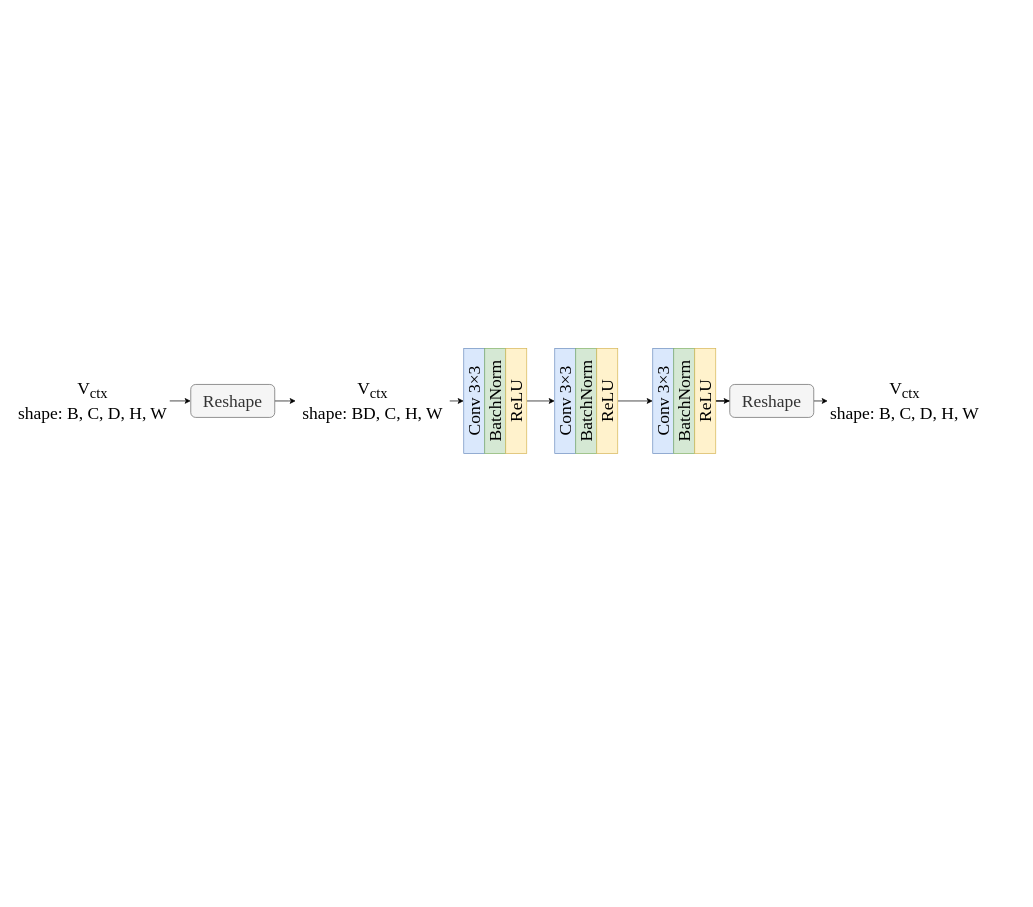
Earlier version of the draw.io diagram nerf_decoder.drawio (wangpinzhi/wangpinzhi.github.io). Source tidied: cells renumbered, new cells numbered last; positions are measured from the earlier drawing's top-left corner, leaving out a move shared by most shapes. Both pictures are drawn from the tidied source at 70%, with x=0, y=0 at pixel (15, 378).
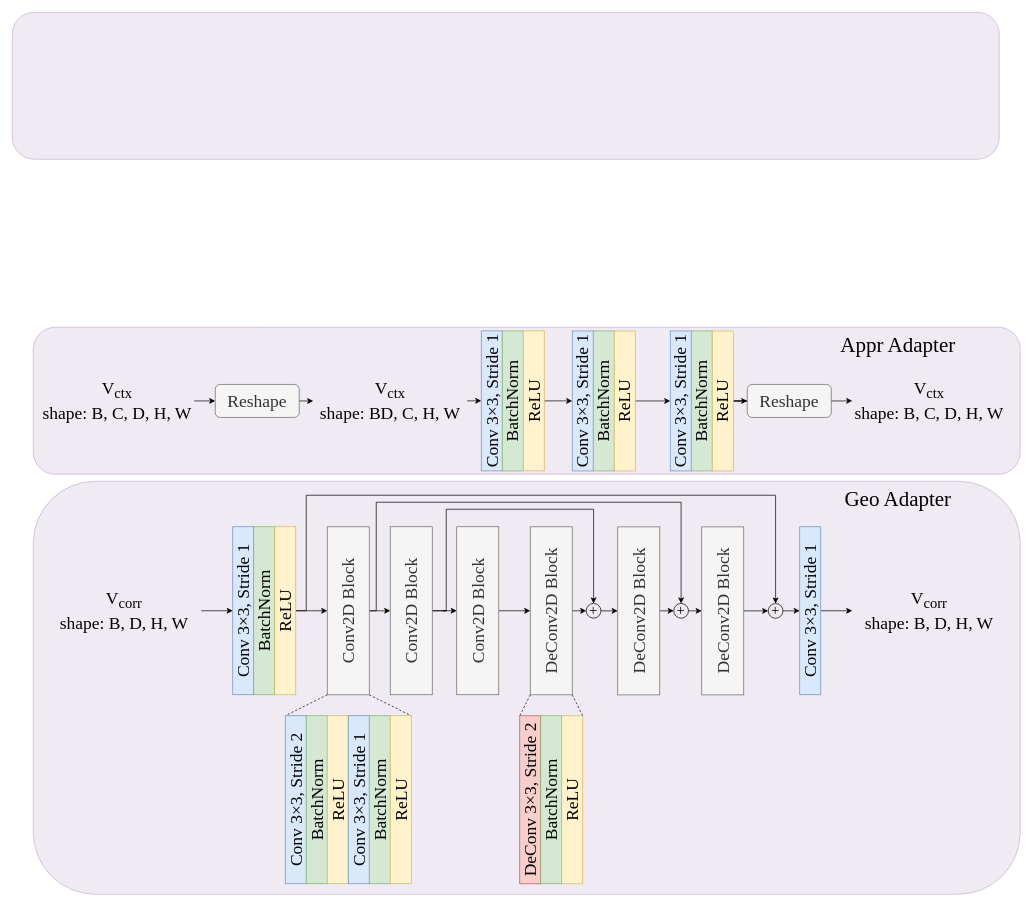
The same diagram, later.

The edit, as a diff of the source:
```diff
@@
+    <mxCell id="23" style="rounded=1;whiteSpace=wrap;html=1;fillColor=#e1d5e7;strokeColor=#9673a6;opacity=50;" parent="1" vertex="1">
+      <mxGeometry x="25" y="147" width="1410" height="590" as="geometry" />
+    </mxCell>
+    <mxCell id="24" style="rounded=1;whiteSpace=wrap;html=1;fillColor=#e1d5e7;strokeColor=#9673a6;opacity=50;" parent="1" vertex="1">
+      <mxGeometry x="25" y="-73" width="1410" height="210" as="geometry" />
+    </mxCell>
-    <mxCell id="2" value="Conv 3×3" style="rounded=0;whiteSpace=wrap;html=1;rotation=-90;fontSize=25;fontFamily=Times New Roman;fillColor=#dae8fc;strokeColor=#6c8ebf;" parent="1" vertex="1">
-      <mxGeometry x="580" y="17.2" width="150" height="30" as="geometry" />
+    <mxCell id="2" value="Conv 3×3, Stride 1" style="rounded=0;whiteSpace=wrap;html=1;rotation=-90;fontSize=25;fontFamily=Times New Roman;fillColor=#dae8fc;strokeColor=#6c8ebf;" parent="1" vertex="1">
+      <mxGeometry x="580" y="17.2" width="200" height="30" as="geometry" />
     </mxCell>
@@
     <mxCell id="4" value="V&lt;sub&gt;ctx&lt;/sub&gt;&lt;div&gt;shape: B, C, D, H, W&lt;/div&gt;" style="text;html=1;align=center;verticalAlign=middle;whiteSpace=wrap;rounded=0;fontFamily=Times New Roman;fontSize=25;" parent="1" vertex="1">
-      <mxGeometry y="-0.4" width="220" height="65.3" as="geometry" />
+      <mxGeometry x="35" y="-0.4" width="220" height="65.3" as="geometry" />
     </mxCell>
@@
     <mxCell id="6" value="Reshape" style="rounded=1;whiteSpace=wrap;html=1;fontFamily=Times New Roman;fontSize=25;fillColor=#f5f5f5;fontColor=#333333;strokeColor=#666666;" parent="1" vertex="1">
-      <mxGeometry x="250" y="8.7" width="120" height="47.1" as="geometry" />
+      <mxGeometry x="285" y="8.7" width="120" height="47.1" as="geometry" />
     </mxCell>
@@
     <mxCell id="8" value="V&lt;sub&gt;ctx&lt;/sub&gt;&lt;div&gt;shape: BD, C, H, W&lt;/div&gt;" style="text;html=1;align=center;verticalAlign=middle;whiteSpace=wrap;rounded=0;fontFamily=Times New Roman;fontSize=25;" parent="1" vertex="1">
-      <mxGeometry x="400" y="-0.4" width="220" height="65.3" as="geometry" />
+      <mxGeometry x="425" y="-0.6" width="220" height="65.3" as="geometry" />
     </mxCell>
     <mxCell id="9" value="BatchNorm" style="rounded=0;whiteSpace=wrap;html=1;rotation=-90;fontSize=25;fontFamily=Times New Roman;fillColor=#d5e8d4;strokeColor=#82b366;" parent="1" vertex="1">
-      <mxGeometry x="610" y="17.3" width="150" height="30" as="geometry" />
+      <mxGeometry x="610" y="17.3" width="200" height="30" as="geometry" />
     </mxCell>
@@
     <mxCell id="11" value="ReLU" style="rounded=0;whiteSpace=wrap;html=1;rotation=-90;fontSize=25;fontFamily=Times New Roman;fillColor=#fff2cc;strokeColor=#d6b656;" parent="1" vertex="1">
-      <mxGeometry x="640" y="17.3" width="150" height="30" as="geometry" />
+      <mxGeometry x="640" y="17.2" width="200" height="30" as="geometry" />
     </mxCell>
-    <mxCell id="12" value="Conv 3×3" style="rounded=0;whiteSpace=wrap;html=1;rotation=-90;fontSize=25;fontFamily=Times New Roman;fillColor=#dae8fc;strokeColor=#6c8ebf;" parent="1" vertex="1">
-      <mxGeometry x="710" y="17.3" width="150" height="30" as="geometry" />
+    <mxCell id="12" value="Conv 3×3, Stride 1" style="rounded=0;whiteSpace=wrap;html=1;rotation=-90;fontSize=25;fontFamily=Times New Roman;fillColor=#dae8fc;strokeColor=#6c8ebf;" parent="1" vertex="1">
+      <mxGeometry x="710" y="17.3" width="200" height="30" as="geometry" />
     </mxCell>
     <mxCell id="13" value="BatchNorm" style="rounded=0;whiteSpace=wrap;html=1;rotation=-90;fontSize=25;fontFamily=Times New Roman;fillColor=#d5e8d4;strokeColor=#82b366;" parent="1" vertex="1">
-      <mxGeometry x="740" y="17.3" width="150" height="30" as="geometry" />
+      <mxGeometry x="740" y="17.3" width="200" height="30" as="geometry" />
     </mxCell>
@@
     <mxCell id="15" value="ReLU" style="rounded=0;whiteSpace=wrap;html=1;rotation=-90;fontSize=25;fontFamily=Times New Roman;fillColor=#fff2cc;strokeColor=#d6b656;" parent="1" vertex="1">
-      <mxGeometry x="770" y="17.3" width="150" height="30" as="geometry" />
+      <mxGeometry x="770" y="17.3" width="200" height="30" as="geometry" />
     </mxCell>
-    <mxCell id="16" value="Conv 3×3" style="rounded=0;whiteSpace=wrap;html=1;rotation=-90;fontSize=25;fontFamily=Times New Roman;fillColor=#dae8fc;strokeColor=#6c8ebf;" parent="1" vertex="1">
-      <mxGeometry x="850" y="17.3" width="150" height="30" as="geometry" />
+    <mxCell id="16" value="Conv 3×3, Stride 1" style="rounded=0;whiteSpace=wrap;html=1;rotation=-90;fontSize=25;fontFamily=Times New Roman;fillColor=#dae8fc;strokeColor=#6c8ebf;" parent="1" vertex="1">
+      <mxGeometry x="850" y="17.3" width="200" height="30" as="geometry" />
     </mxCell>
     <mxCell id="17" value="BatchNorm" style="rounded=0;whiteSpace=wrap;html=1;rotation=-90;fontSize=25;fontFamily=Times New Roman;fillColor=#d5e8d4;strokeColor=#82b366;" parent="1" vertex="1">
-      <mxGeometry x="880" y="17.3" width="150" height="30" as="geometry" />
+      <mxGeometry x="880" y="17.3" width="200" height="30" as="geometry" />
     </mxCell>
@@
     <mxCell id="19" value="ReLU" style="rounded=0;whiteSpace=wrap;html=1;rotation=-90;fontSize=25;fontFamily=Times New Roman;fillColor=#fff2cc;strokeColor=#d6b656;" parent="1" vertex="1">
-      <mxGeometry x="910" y="17.3" width="150" height="30" as="geometry" />
+      <mxGeometry x="910" y="17.3" width="200" height="30" as="geometry" />
     </mxCell>
@@
     <mxCell id="21" value="Reshape" style="rounded=1;whiteSpace=wrap;html=1;fontFamily=Times New Roman;fontSize=25;fillColor=#f5f5f5;fontColor=#333333;strokeColor=#666666;" parent="1" vertex="1">
-      <mxGeometry x="1020" y="8.7" width="120" height="47.1" as="geometry" />
+      <mxGeometry x="1045" y="8.7" width="120" height="47.1" as="geometry" />
     </mxCell>
     <mxCell id="22" value="V&lt;sub&gt;ctx&lt;/sub&gt;&lt;div&gt;shape: B, C, D, H, W&lt;/div&gt;" style="text;html=1;align=center;verticalAlign=middle;whiteSpace=wrap;rounded=0;fontFamily=Times New Roman;fontSize=25;" parent="1" vertex="1">
-      <mxGeometry x="1160" y="-0.3" width="220" height="65.3" as="geometry" />
+      <mxGeometry x="1195" y="-0.6" width="220" height="65.3" as="geometry" />
     </mxCell>
+    <mxCell id="25" value="&lt;font&gt;Appr Adapter&lt;/font&gt;" style="text;html=1;align=center;verticalAlign=middle;strokeColor=none;fillColor=none;fontSize=30;fontFamily=Times New Roman;" parent="1" vertex="1">
+      <mxGeometry x="1165" y="-73" width="190" height="50" as="geometry" />
+    </mxCell>
+    <mxCell id="26" style="rounded=1;whiteSpace=wrap;html=1;fillColor=#e1d5e7;strokeColor=#9673a6;opacity=50;" parent="1" vertex="1">
+      <mxGeometry x="-5" y="-523" width="1410" height="210" as="geometry" />
+    </mxCell>
+    <mxCell id="27" value="Conv 3×3, Stride 1" style="rounded=0;whiteSpace=wrap;html=1;rotation=-90;fontSize=25;fontFamily=Times New Roman;fillColor=#dae8fc;strokeColor=#6c8ebf;" parent="1" vertex="1">
+      <mxGeometry x="205" y="317" width="240" height="30" as="geometry" />
+    </mxCell>
+    <mxCell id="28" value="BatchNorm" style="rounded=0;whiteSpace=wrap;html=1;rotation=-90;fontSize=25;fontFamily=Times New Roman;fillColor=#d5e8d4;strokeColor=#82b366;" parent="1" vertex="1">
+      <mxGeometry x="235" y="317" width="240" height="30" as="geometry" />
+    </mxCell>
+    <mxCell id="29" style="edgeStyle=orthogonalEdgeStyle;rounded=0;jettySize=auto;html=1;exitX=0.5;exitY=1;exitDx=0;exitDy=0;entryX=0.5;entryY=0;entryDx=0;entryDy=0;" parent="1" edge="1" source="31" target="36">
+      <mxGeometry relative="1" as="geometry" />
+    </mxCell>
+    <mxCell id="30" style="edgeStyle=orthogonalEdgeStyle;shape=connector;rounded=0;jettySize=auto;html=1;exitX=0.5;exitY=1;exitDx=0;exitDy=0;entryX=0.5;entryY=0;entryDx=0;entryDy=0;strokeColor=default;align=center;verticalAlign=middle;fontFamily=Helvetica;fontSize=11;fontColor=default;labelBackgroundColor=default;startFill=0;endArrow=classic;endFill=1;" parent="1" edge="1" source="31" target="66">
+      <mxGeometry relative="1" as="geometry">
+        <Array as="points">
+          <mxPoint x="415" y="332" />
+          <mxPoint x="415" y="167" />
+          <mxPoint x="1086" y="167" />
+        </Array>
+      </mxGeometry>
+    </mxCell>
+    <mxCell id="31" value="ReLU" style="rounded=0;whiteSpace=wrap;html=1;rotation=-90;fontSize=25;fontFamily=Times New Roman;fillColor=#fff2cc;strokeColor=#d6b656;" parent="1" vertex="1">
+      <mxGeometry x="265" y="317" width="240" height="30" as="geometry" />
+    </mxCell>
+    <mxCell id="32" style="edgeStyle=orthogonalEdgeStyle;rounded=0;jettySize=auto;html=1;" parent="1" edge="1" source="36" target="52">
+      <mxGeometry relative="1" as="geometry" />
+    </mxCell>
+    <mxCell id="33" style="rounded=0;jettySize=auto;html=1;exitX=0;exitY=0;exitDx=0;exitDy=0;entryX=1;entryY=0;entryDx=0;entryDy=0;endArrow=none;startFill=0;dashed=1;" parent="1" edge="1" source="36" target="44">
+      <mxGeometry relative="1" as="geometry" />
+    </mxCell>
+    <mxCell id="34" style="edgeStyle=none;shape=connector;rounded=0;jettySize=auto;html=1;exitX=0;exitY=1;exitDx=0;exitDy=0;entryX=1;entryY=1;entryDx=0;entryDy=0;dashed=1;strokeColor=default;align=center;verticalAlign=middle;fontFamily=Helvetica;fontSize=11;fontColor=default;labelBackgroundColor=default;startFill=0;endArrow=none;" parent="1" edge="1" source="36" target="49">
+      <mxGeometry relative="1" as="geometry" />
+    </mxCell>
+    <mxCell id="35" style="edgeStyle=orthogonalEdgeStyle;shape=connector;rounded=0;jettySize=auto;html=1;exitX=0.5;exitY=1;exitDx=0;exitDy=0;entryX=0.5;entryY=0;entryDx=0;entryDy=0;strokeColor=default;align=center;verticalAlign=middle;fontFamily=Helvetica;fontSize=11;fontColor=default;labelBackgroundColor=default;startFill=0;endArrow=classic;endFill=1;" parent="1" edge="1" source="36" target="64">
+      <mxGeometry relative="1" as="geometry">
+        <Array as="points">
+          <mxPoint x="515" y="332" />
+          <mxPoint x="515" y="177" />
+          <mxPoint x="951" y="177" />
+        </Array>
+      </mxGeometry>
+    </mxCell>
+    <mxCell id="36" value="Conv2D Block" style="rounded=0;whiteSpace=wrap;html=1;rotation=-90;fontSize=25;fontFamily=Times New Roman;fillColor=#f5f5f5;strokeColor=#666666;fontColor=#333333;" parent="1" vertex="1">
+      <mxGeometry x="355" y="302.1" width="240" height="60" as="geometry" />
+    </mxCell>
+    <mxCell id="37" style="edgeStyle=orthogonalEdgeStyle;rounded=0;jettySize=auto;html=1;entryX=0.5;entryY=0;entryDx=0;entryDy=0;" parent="1" edge="1" source="38" target="27">
+      <mxGeometry relative="1" as="geometry" />
+    </mxCell>
+    <mxCell id="38" value="V&lt;sub&gt;corr&lt;/sub&gt;&lt;div&gt;shape: B, D, H, W&lt;/div&gt;" style="text;html=1;align=center;verticalAlign=middle;whiteSpace=wrap;rounded=0;fontFamily=Times New Roman;fontSize=25;" parent="1" vertex="1">
+      <mxGeometry x="45" y="299.4" width="220" height="65.3" as="geometry" />
+    </mxCell>
+    <mxCell id="39" value="DeConv 3×3, Stride 2" style="rounded=0;whiteSpace=wrap;html=1;rotation=-90;fontSize=25;fontFamily=Times New Roman;fillColor=#f8cecc;strokeColor=#b85450;" parent="1" vertex="1">
+      <mxGeometry x="615" y="587.1" width="240" height="30" as="geometry" />
+    </mxCell>
+    <mxCell id="40" value="BatchNorm" style="rounded=0;whiteSpace=wrap;html=1;rotation=-90;fontSize=25;fontFamily=Times New Roman;fillColor=#d5e8d4;strokeColor=#82b366;" parent="1" vertex="1">
+      <mxGeometry x="645" y="587" width="240" height="30" as="geometry" />
+    </mxCell>
+    <mxCell id="41" value="ReLU" style="rounded=0;whiteSpace=wrap;html=1;rotation=-90;fontSize=25;fontFamily=Times New Roman;fillColor=#fff2cc;strokeColor=#d6b656;" parent="1" vertex="1">
+      <mxGeometry x="675" y="587.1" width="240" height="30" as="geometry" />
+    </mxCell>
+    <mxCell id="42" style="edgeStyle=none;shape=connector;rounded=0;jettySize=auto;html=1;entryX=0.5;entryY=0;entryDx=0;entryDy=0;strokeColor=default;align=center;verticalAlign=middle;fontFamily=Helvetica;fontSize=11;fontColor=default;labelBackgroundColor=default;startFill=0;endArrow=classic;endFill=1;" parent="1" edge="1" source="43" target="60">
+      <mxGeometry relative="1" as="geometry" />
+    </mxCell>
+    <mxCell id="43" value="+" style="ellipse;whiteSpace=wrap;html=1;rounded=0;strokeColor=default;align=center;verticalAlign=middle;fontFamily=Times New Roman;fontSize=21;fontColor=default;fillColor=none;gradientColor=none;fontStyle=0;" parent="1" vertex="1">
+      <mxGeometry x="815" y="321.6" width="21" height="21" as="geometry" />
+    </mxCell>
+    <mxCell id="44" value="Conv 3×3, Stride 2" style="rounded=0;whiteSpace=wrap;html=1;rotation=-90;fontSize=25;fontFamily=Times New Roman;fillColor=#dae8fc;strokeColor=#6c8ebf;" parent="1" vertex="1">
+      <mxGeometry x="280" y="587" width="240" height="30" as="geometry" />
+    </mxCell>
+    <mxCell id="45" value="BatchNorm" style="rounded=0;whiteSpace=wrap;html=1;rotation=-90;fontSize=25;fontFamily=Times New Roman;fillColor=#d5e8d4;strokeColor=#82b366;" parent="1" vertex="1">
+      <mxGeometry x="310" y="587" width="240" height="30" as="geometry" />
+    </mxCell>
+    <mxCell id="46" value="ReLU" style="rounded=0;whiteSpace=wrap;html=1;rotation=-90;fontSize=25;fontFamily=Times New Roman;fillColor=#fff2cc;strokeColor=#d6b656;" parent="1" vertex="1">
+      <mxGeometry x="340" y="587" width="240" height="30" as="geometry" />
+    </mxCell>
+    <mxCell id="47" value="Conv 3×3, Stride 1" style="rounded=0;whiteSpace=wrap;html=1;rotation=-90;fontSize=25;fontFamily=Times New Roman;fillColor=#dae8fc;strokeColor=#6c8ebf;" parent="1" vertex="1">
+      <mxGeometry x="370" y="587" width="240" height="30" as="geometry" />
+    </mxCell>
+    <mxCell id="48" value="BatchNorm" style="rounded=0;whiteSpace=wrap;html=1;rotation=-90;fontSize=25;fontFamily=Times New Roman;fillColor=#d5e8d4;strokeColor=#82b366;" parent="1" vertex="1">
+      <mxGeometry x="400" y="587" width="240" height="30" as="geometry" />
+    </mxCell>
+    <mxCell id="49" value="ReLU" style="rounded=0;whiteSpace=wrap;html=1;rotation=-90;fontSize=25;fontFamily=Times New Roman;fillColor=#fff2cc;strokeColor=#d6b656;" parent="1" vertex="1">
+      <mxGeometry x="430" y="587" width="240" height="30" as="geometry" />
+    </mxCell>
+    <mxCell id="50" style="edgeStyle=orthogonalEdgeStyle;rounded=0;jettySize=auto;html=1;" parent="1" edge="1" source="52" target="54">
+      <mxGeometry relative="1" as="geometry" />
+    </mxCell>
+    <mxCell id="51" style="edgeStyle=orthogonalEdgeStyle;shape=connector;rounded=0;jettySize=auto;html=1;exitX=0.5;exitY=1;exitDx=0;exitDy=0;entryX=0.5;entryY=0;entryDx=0;entryDy=0;strokeColor=default;align=center;verticalAlign=middle;fontFamily=Helvetica;fontSize=11;fontColor=default;labelBackgroundColor=default;startFill=0;endArrow=classic;endFill=1;" parent="1" edge="1" source="52" target="43">
+      <mxGeometry relative="1" as="geometry">
+        <Array as="points">
+          <mxPoint x="615" y="332" />
+          <mxPoint x="615" y="187" />
+          <mxPoint x="826" y="187" />
+        </Array>
+      </mxGeometry>
+    </mxCell>
+    <mxCell id="52" value="Conv2D Block" style="rounded=0;whiteSpace=wrap;html=1;rotation=-90;fontSize=25;fontFamily=Times New Roman;fillColor=#f5f5f5;strokeColor=#666666;fontColor=#333333;" parent="1" vertex="1">
+      <mxGeometry x="445" y="302" width="240" height="60" as="geometry" />
+    </mxCell>
+    <mxCell id="53" style="edgeStyle=orthogonalEdgeStyle;rounded=0;jettySize=auto;html=1;entryX=0.5;entryY=0;entryDx=0;entryDy=0;" parent="1" edge="1" source="54" target="58">
+      <mxGeometry relative="1" as="geometry" />
+    </mxCell>
+    <mxCell id="54" value="Conv2D Block" style="rounded=0;whiteSpace=wrap;html=1;rotation=-90;fontSize=25;fontFamily=Times New Roman;fillColor=#f5f5f5;strokeColor=#666666;fontColor=#333333;" parent="1" vertex="1">
+      <mxGeometry x="540" y="302" width="240" height="60" as="geometry" />
+    </mxCell>
+    <mxCell id="55" style="edgeStyle=none;shape=connector;rounded=0;jettySize=auto;html=1;entryX=0;entryY=0.5;entryDx=0;entryDy=0;strokeColor=default;align=center;verticalAlign=middle;fontFamily=Helvetica;fontSize=11;fontColor=default;labelBackgroundColor=default;startFill=0;endArrow=classic;endFill=1;" parent="1" edge="1" source="58" target="43">
+      <mxGeometry relative="1" as="geometry" />
+    </mxCell>
+    <mxCell id="56" style="edgeStyle=none;shape=connector;rounded=0;jettySize=auto;html=1;exitX=0;exitY=0;exitDx=0;exitDy=0;entryX=1;entryY=0;entryDx=0;entryDy=0;dashed=1;strokeColor=default;align=center;verticalAlign=middle;fontFamily=Helvetica;fontSize=11;fontColor=default;labelBackgroundColor=default;startFill=0;endArrow=none;" parent="1" edge="1" source="58" target="39">
+      <mxGeometry relative="1" as="geometry" />
+    </mxCell>
+    <mxCell id="57" style="edgeStyle=none;shape=connector;rounded=0;jettySize=auto;html=1;exitX=0;exitY=1;exitDx=0;exitDy=0;entryX=1;entryY=1;entryDx=0;entryDy=0;dashed=1;strokeColor=default;align=center;verticalAlign=middle;fontFamily=Helvetica;fontSize=11;fontColor=default;labelBackgroundColor=default;startFill=0;endArrow=none;" parent="1" edge="1" source="58" target="41">
+      <mxGeometry relative="1" as="geometry" />
+    </mxCell>
+    <mxCell id="58" value="DeConv2D Block" style="rounded=0;whiteSpace=wrap;html=1;rotation=-90;fontSize=25;fontFamily=Times New Roman;fillColor=#f5f5f5;strokeColor=#666666;fontColor=#333333;" parent="1" vertex="1">
+      <mxGeometry x="645" y="302.1" width="240" height="60" as="geometry" />
+    </mxCell>
+    <mxCell id="59" style="edgeStyle=none;shape=connector;rounded=0;jettySize=auto;html=1;entryX=0;entryY=0.5;entryDx=0;entryDy=0;strokeColor=default;align=center;verticalAlign=middle;fontFamily=Helvetica;fontSize=11;fontColor=default;labelBackgroundColor=default;startFill=0;endArrow=classic;endFill=1;" parent="1" edge="1" source="60" target="64">
+      <mxGeometry relative="1" as="geometry" />
+    </mxCell>
+    <mxCell id="60" value="DeConv2D Block" style="rounded=0;whiteSpace=wrap;html=1;rotation=-90;fontSize=25;fontFamily=Times New Roman;fillColor=#f5f5f5;strokeColor=#666666;fontColor=#333333;" parent="1" vertex="1">
+      <mxGeometry x="770" y="302.2" width="240" height="60" as="geometry" />
+    </mxCell>
+    <mxCell id="61" style="edgeStyle=none;shape=connector;rounded=0;jettySize=auto;html=1;entryX=0;entryY=0.5;entryDx=0;entryDy=0;strokeColor=default;align=center;verticalAlign=middle;fontFamily=Helvetica;fontSize=11;fontColor=default;labelBackgroundColor=default;startFill=0;endArrow=classic;endFill=1;" parent="1" edge="1" source="62" target="66">
+      <mxGeometry relative="1" as="geometry" />
+    </mxCell>
+    <mxCell id="62" value="DeConv2D Block" style="rounded=0;whiteSpace=wrap;html=1;rotation=-90;fontSize=25;fontFamily=Times New Roman;fillColor=#f5f5f5;strokeColor=#666666;fontColor=#333333;" parent="1" vertex="1">
+      <mxGeometry x="890" y="302.2" width="240" height="60" as="geometry" />
+    </mxCell>
+    <mxCell id="63" style="edgeStyle=none;shape=connector;rounded=0;jettySize=auto;html=1;exitX=1;exitY=0.5;exitDx=0;exitDy=0;entryX=0.5;entryY=0;entryDx=0;entryDy=0;strokeColor=default;align=center;verticalAlign=middle;fontFamily=Helvetica;fontSize=11;fontColor=default;labelBackgroundColor=default;startFill=0;endArrow=classic;endFill=1;" parent="1" edge="1" source="64" target="62">
+      <mxGeometry relative="1" as="geometry" />
+    </mxCell>
+    <mxCell id="64" value="+" style="ellipse;whiteSpace=wrap;html=1;rounded=0;strokeColor=default;align=center;verticalAlign=middle;fontFamily=Times New Roman;fontSize=21;fontColor=default;fillColor=none;gradientColor=none;fontStyle=0;" parent="1" vertex="1">
+      <mxGeometry x="940" y="321.6" width="21" height="21" as="geometry" />
+    </mxCell>
+    <mxCell id="65" style="edgeStyle=none;shape=connector;rounded=0;jettySize=auto;html=1;entryX=0.5;entryY=0;entryDx=0;entryDy=0;strokeColor=default;align=center;verticalAlign=middle;fontFamily=Helvetica;fontSize=11;fontColor=default;labelBackgroundColor=default;startFill=0;endArrow=classic;endFill=1;" parent="1" edge="1" source="66" target="68">
+      <mxGeometry relative="1" as="geometry" />
+    </mxCell>
+    <mxCell id="66" value="+" style="ellipse;whiteSpace=wrap;html=1;rounded=0;strokeColor=default;align=center;verticalAlign=middle;fontFamily=Times New Roman;fontSize=21;fontColor=default;fillColor=none;gradientColor=none;fontStyle=0;" parent="1" vertex="1">
+      <mxGeometry x="1075" y="321.7" width="21" height="21" as="geometry" />
+    </mxCell>
+    <mxCell id="67" style="edgeStyle=none;shape=connector;rounded=0;jettySize=auto;html=1;entryX=0;entryY=0.5;entryDx=0;entryDy=0;strokeColor=default;align=center;verticalAlign=middle;fontFamily=Helvetica;fontSize=11;fontColor=default;labelBackgroundColor=default;startFill=0;endArrow=classic;endFill=1;" parent="1" edge="1" source="68" target="69">
+      <mxGeometry relative="1" as="geometry" />
+    </mxCell>
+    <mxCell id="68" value="Conv 3×3, Stride 1" style="rounded=0;whiteSpace=wrap;html=1;rotation=-90;fontSize=25;fontFamily=Times New Roman;fillColor=#dae8fc;strokeColor=#6c8ebf;" parent="1" vertex="1">
+      <mxGeometry x="1015" y="317" width="240" height="30" as="geometry" />
+    </mxCell>
+    <mxCell id="69" value="V&lt;sub&gt;corr&lt;/sub&gt;&lt;div&gt;shape: B, D, H, W&lt;/div&gt;" style="text;html=1;align=center;verticalAlign=middle;whiteSpace=wrap;rounded=0;fontFamily=Times New Roman;fontSize=25;" parent="1" vertex="1">
+      <mxGeometry x="1195" y="299.4" width="220" height="65.3" as="geometry" />
+    </mxCell>
+    <mxCell id="70" value="&lt;font&gt;Geo Adapter&lt;/font&gt;" style="text;html=1;align=center;verticalAlign=middle;strokeColor=none;fillColor=none;fontSize=30;fontFamily=Times New Roman;" parent="1" vertex="1">
+      <mxGeometry x="1170" y="147" width="180" height="50" as="geometry" />
+    </mxCell>
```
